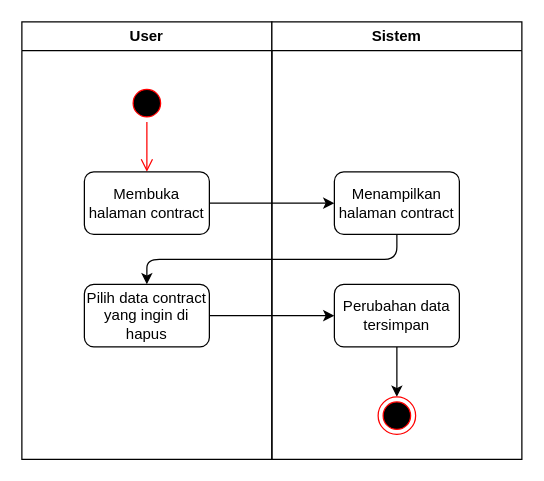
Earlier version of the draw.io diagram contract/hapuscontract.drawio (rismanrhz/idms). Source tidied: cells renumbered, new cells numbered last; positions are measured from the earlier drawing's top-left corner, leaving out a move shared by most shapes. Both pictures are drawn from the tidied source at 125%, with x=0, y=0 at pixel (21, 21).
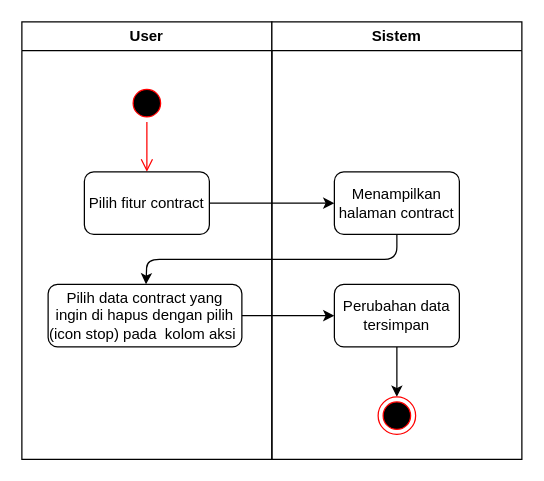
Above is the later version.

Change to the diagram source:
```diff
@@
 <mxGraphModel>
   <root>
     <mxCell id="0" />
     <mxCell id="1" parent="0" />
     <mxCell id="2" value="User" style="swimlane;whiteSpace=wrap;html=1;" parent="1" vertex="1">
       <mxGeometry width="200" height="350" as="geometry" />
     </mxCell>
     <mxCell id="3" style="ellipse;html=1;shape=startState;fillColor=#000000;strokeColor=#ff0000;" parent="2" vertex="1">
       <mxGeometry x="85" y="50" width="30" height="30" as="geometry" />
     </mxCell>
     <mxCell id="4" style="edgeStyle=orthogonalEdgeStyle;html=1;verticalAlign=bottom;endArrow=open;endSize=8;strokeColor=#ff0000;entryX=0.5;entryY=0;entryDx=0;entryDy=0;" parent="2" edge="1" source="3" target="5">
       <mxGeometry relative="1" as="geometry" />
     </mxCell>
-    <mxCell id="5" value="Membuka halaman contract" style="rounded=1;whiteSpace=wrap;html=1;" parent="2" vertex="1">
+    <mxCell id="5" value="Pilih fitur contract" style="rounded=1;whiteSpace=wrap;html=1;" parent="2" vertex="1">
       <mxGeometry x="50" y="120" width="100" height="50" as="geometry" />
     </mxCell>
-    <mxCell id="6" value="&lt;span style=&quot;color: rgb(0, 0, 0);&quot;&gt;Pilih data contract yang ingin di hapus&lt;/span&gt;" style="rounded=1;whiteSpace=wrap;html=1;" parent="2" vertex="1">
-      <mxGeometry x="50" y="210" width="100" height="50" as="geometry" />
+    <mxCell id="6" value="&lt;span style=&quot;color: rgb(0, 0, 0);&quot;&gt;Pilih data contract yang ingin di hapus dengan pilih (icon stop) pada&amp;nbsp; kolom aksi&amp;nbsp;&lt;/span&gt;" style="rounded=1;whiteSpace=wrap;html=1;" parent="2" vertex="1">
+      <mxGeometry x="21" y="210" width="155" height="50" as="geometry" />
     </mxCell>
     <mxCell id="7" value="Sistem" style="swimlane;whiteSpace=wrap;html=1;" parent="1" vertex="1">
       <mxGeometry x="200" width="200" height="350" as="geometry" />
     </mxCell>
     <mxCell id="8" value="Menampilkan halaman contract" style="rounded=1;whiteSpace=wrap;html=1;" parent="7" vertex="1">
       <mxGeometry x="50" y="120" width="100" height="50" as="geometry" />
     </mxCell>
     <mxCell id="9" style="edgeStyle=none;html=1;" parent="7" edge="1" source="10" target="11">
       <mxGeometry relative="1" as="geometry" />
     </mxCell>
     <mxCell id="10" value="Perubahan data tersimpan" style="rounded=1;whiteSpace=wrap;html=1;" parent="7" vertex="1">
       <mxGeometry x="50" y="210" width="100" height="50" as="geometry" />
     </mxCell>
     <mxCell id="11" style="ellipse;html=1;shape=endState;fillColor=#000000;strokeColor=#ff0000;" parent="7" vertex="1">
       <mxGeometry x="85" y="300" width="30" height="30" as="geometry" />
     </mxCell>
     <mxCell id="12" style="edgeStyle=none;html=1;" parent="1" edge="1" source="5" target="8">
       <mxGeometry relative="1" as="geometry" />
     </mxCell>
     <mxCell id="13" style="edgeStyle=none;html=1;exitX=0.5;exitY=1;exitDx=0;exitDy=0;" parent="1" edge="1" source="8" target="6">
       <mxGeometry relative="1" as="geometry">
         <Array as="points">
           <mxPoint x="300" y="190" />
           <mxPoint x="100" y="190" />
         </Array>
       </mxGeometry>
     </mxCell>
     <mxCell id="14" style="edgeStyle=none;html=1;" parent="1" edge="1" source="6" target="10">
       <mxGeometry relative="1" as="geometry" />
     </mxCell>
   </root>
 </mxGraphModel>
```
